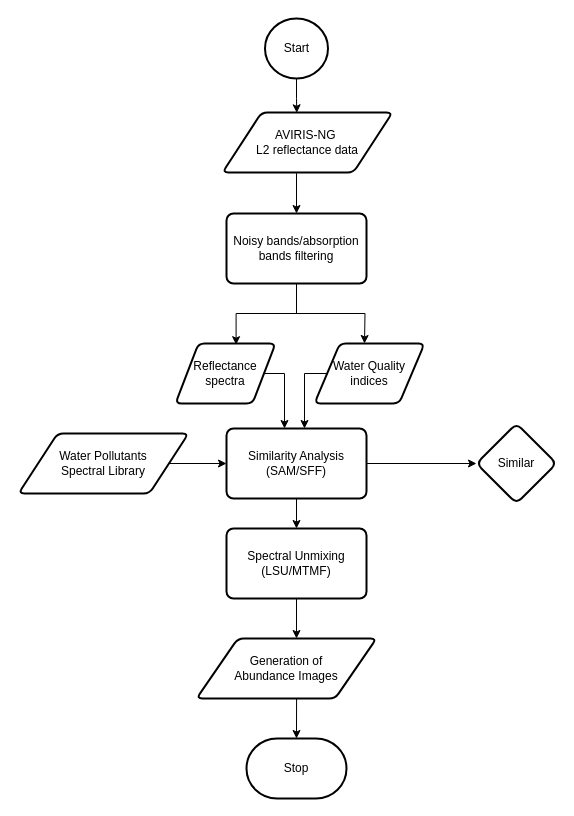
This is Hyperspectral_water.drawio from rachitiirs/Hyperspectral_water, a draw.io file, before an edit. Source tidied: cells renumbered, new cells numbered last; positions are measured from the earlier drawing's top-left corner, leaving out a move shared by most shapes. Both pictures are drawn from the tidied source at 100%, with x=0, y=0 at pixel (18, 18).
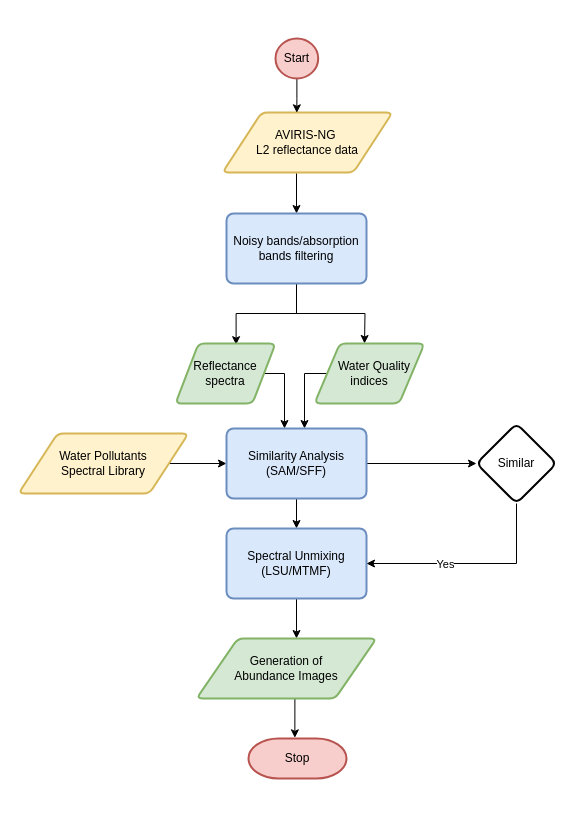
Above is the later version.

Unchanged cells that the change refers to:
```xml
<mxCell id="23" value="Similar" style="rhombus;whiteSpace=wrap;html=1;rounded=1;arcSize=14;strokeWidth=2;" parent="1" vertex="1">
  <mxGeometry x="458" y="405" width="80" height="80" as="geometry" />
</mxCell>
```

Diff of the diagram source:
```diff
@@
-    <mxCell id="3" value="AVIRIS-NG&amp;nbsp;&lt;br&gt;L2 reflectance data" style="shape=parallelogram;html=1;strokeWidth=2;perimeter=parallelogramPerimeter;whiteSpace=wrap;rounded=1;arcSize=12;size=0.23;" parent="1" vertex="1">
+    <mxCell id="3" value="AVIRIS-NG&amp;nbsp;&lt;br&gt;L2 reflectance data" style="shape=parallelogram;html=1;strokeWidth=2;perimeter=parallelogramPerimeter;whiteSpace=wrap;rounded=1;arcSize=12;size=0.23;fillColor=#fff2cc;strokeColor=#d6b656;" parent="1" vertex="1">
       <mxGeometry x="204" y="94" width="170" height="60" as="geometry" />
     </mxCell>
@@
-    <mxCell id="6" value="Noisy bands/absorption bands filtering" style="rounded=1;whiteSpace=wrap;html=1;absoluteArcSize=1;arcSize=14;strokeWidth=2;" parent="1" vertex="1">
+    <mxCell id="6" value="Noisy bands/absorption bands filtering" style="rounded=1;whiteSpace=wrap;html=1;absoluteArcSize=1;arcSize=14;strokeWidth=2;fillColor=#dae8fc;strokeColor=#6c8ebf;" parent="1" vertex="1">
       <mxGeometry x="208" y="195" width="140" height="70" as="geometry" />
     </mxCell>
@@
-    <mxCell id="8" value="Water Pollutants &lt;br&gt;Spectral Library" style="shape=parallelogram;html=1;strokeWidth=2;perimeter=parallelogramPerimeter;whiteSpace=wrap;rounded=1;arcSize=12;size=0.23;" parent="1" vertex="1">
+    <mxCell id="8" value="Water Pollutants &lt;br&gt;Spectral Library" style="shape=parallelogram;html=1;strokeWidth=2;perimeter=parallelogramPerimeter;whiteSpace=wrap;rounded=1;arcSize=12;size=0.23;fillColor=#fff2cc;strokeColor=#d6b656;" parent="1" vertex="1">
       <mxGeometry y="415" width="170" height="60" as="geometry" />
     </mxCell>
@@
-    <mxCell id="10" value="Water Quality indices" style="shape=parallelogram;html=1;strokeWidth=2;perimeter=parallelogramPerimeter;whiteSpace=wrap;rounded=1;arcSize=12;size=0.23;" parent="1" vertex="1">
+    <mxCell id="10" value="&amp;nbsp; &amp;nbsp;Water Quality indices" style="shape=parallelogram;html=1;strokeWidth=2;perimeter=parallelogramPerimeter;whiteSpace=wrap;rounded=1;arcSize=12;size=0.23;fillColor=#d5e8d4;strokeColor=#82b366;" parent="1" vertex="1">
       <mxGeometry x="296" y="325" width="110" height="60" as="geometry" />
     </mxCell>
@@
-    <mxCell id="12" value="Reflectance&lt;br&gt;spectra" style="shape=parallelogram;html=1;strokeWidth=2;perimeter=parallelogramPerimeter;whiteSpace=wrap;rounded=1;arcSize=12;size=0.23;" parent="1" vertex="1">
+    <mxCell id="12" value="Reflectance&lt;br&gt;spectra" style="shape=parallelogram;html=1;strokeWidth=2;perimeter=parallelogramPerimeter;whiteSpace=wrap;rounded=1;arcSize=12;size=0.23;fillColor=#d5e8d4;strokeColor=#82b366;" parent="1" vertex="1">
       <mxGeometry x="157" y="325" width="100" height="60" as="geometry" />
     </mxCell>
@@
-    <mxCell id="14" value="Start" style="strokeWidth=2;html=1;shape=mxgraph.flowchart.start_2;whiteSpace=wrap;" parent="1" vertex="1">
-      <mxGeometry x="246.5" width="63" height="60" as="geometry" />
+    <mxCell id="14" value="Start" style="strokeWidth=2;html=1;shape=mxgraph.flowchart.start_2;whiteSpace=wrap;fillColor=#f8cecc;strokeColor=#b85450;" parent="1" vertex="1">
+      <mxGeometry x="257" y="20" width="42.7" height="40" as="geometry" />
     </mxCell>
@@
-    <mxCell id="17" value="Similarity Analysis (SAM/SFF)" style="rounded=1;whiteSpace=wrap;html=1;absoluteArcSize=1;arcSize=14;strokeWidth=2;" parent="1" vertex="1">
+    <mxCell id="17" value="Similarity Analysis (SAM/SFF)" style="rounded=1;whiteSpace=wrap;html=1;absoluteArcSize=1;arcSize=14;strokeWidth=2;fillColor=#dae8fc;strokeColor=#6c8ebf;" parent="1" vertex="1">
       <mxGeometry x="208" y="410" width="140" height="70" as="geometry" />
     </mxCell>
@@
-    <mxCell id="19" value="Spectral Unmixing (LSU/MTMF)" style="rounded=1;whiteSpace=wrap;html=1;absoluteArcSize=1;arcSize=14;strokeWidth=2;" parent="1" vertex="1">
+    <mxCell id="19" value="Spectral Unmixing (LSU/MTMF)" style="rounded=1;whiteSpace=wrap;html=1;absoluteArcSize=1;arcSize=14;strokeWidth=2;fillColor=#dae8fc;strokeColor=#6c8ebf;" parent="1" vertex="1">
       <mxGeometry x="208" y="510" width="140" height="70" as="geometry" />
     </mxCell>
-    <mxCell id="20" style="edgeStyle=orthogonalEdgeStyle;rounded=0;jettySize=auto;html=1;entryX=0.5;entryY=0;entryDx=0;entryDy=0;entryPerimeter=0;exitX=0.556;exitY=1.002;exitDx=0;exitDy=0;exitPerimeter=0;" parent="1" edge="1" source="21" target="22">
+    <mxCell id="20" style="edgeStyle=orthogonalEdgeStyle;rounded=0;jettySize=auto;html=1;entryX=0.473;entryY=-0.017;entryDx=0;entryDy=0;entryPerimeter=0;exitX=0.556;exitY=1.002;exitDx=0;exitDy=0;exitPerimeter=0;" parent="1" edge="1" source="21" target="22">
       <mxGeometry relative="1" as="geometry" />
     </mxCell>
-    <mxCell id="21" value="Generation of &lt;br&gt;Abundance Images" style="shape=parallelogram;html=1;strokeWidth=2;perimeter=parallelogramPerimeter;whiteSpace=wrap;rounded=1;arcSize=12;size=0.23;" parent="1" vertex="1">
+    <mxCell id="21" value="Generation of &lt;br&gt;Abundance Images" style="shape=parallelogram;html=1;strokeWidth=2;perimeter=parallelogramPerimeter;whiteSpace=wrap;rounded=1;arcSize=12;size=0.23;fillColor=#d5e8d4;strokeColor=#82b366;" parent="1" vertex="1">
       <mxGeometry x="178" y="620" width="180" height="60" as="geometry" />
     </mxCell>
-    <mxCell id="22" value="Stop" style="strokeWidth=2;html=1;shape=mxgraph.flowchart.terminator;whiteSpace=wrap;" parent="1" vertex="1">
-      <mxGeometry x="228" y="720" width="100" height="60" as="geometry" />
+    <mxCell id="22" value="Stop" style="strokeWidth=2;html=1;shape=mxgraph.flowchart.terminator;whiteSpace=wrap;fillColor=#f8cecc;strokeColor=#b85450;" parent="1" vertex="1">
+      <mxGeometry x="230" y="720" width="98" height="40" as="geometry" />
     </mxCell>
+    <mxCell id="24" style="edgeStyle=orthogonalEdgeStyle;rounded=0;jettySize=auto;html=1;entryX=1;entryY=0.5;entryDx=0;entryDy=0;" parent="1" edge="1" source="23" target="19">
+      <mxGeometry relative="1" as="geometry">
+        <Array as="points">
+          <mxPoint x="498" y="545" />
+        </Array>
+      </mxGeometry>
+    </mxCell>
+    <mxCell id="25" value="Yes" style="edgeLabel;html=1;align=center;verticalAlign=middle;" parent="24" vertex="1">
+      <mxGeometry x="-0.07" y="3" relative="1" as="geometry">
+        <mxPoint x="-34" y="-3" as="offset" />
+      </mxGeometry>
+    </mxCell>
```
